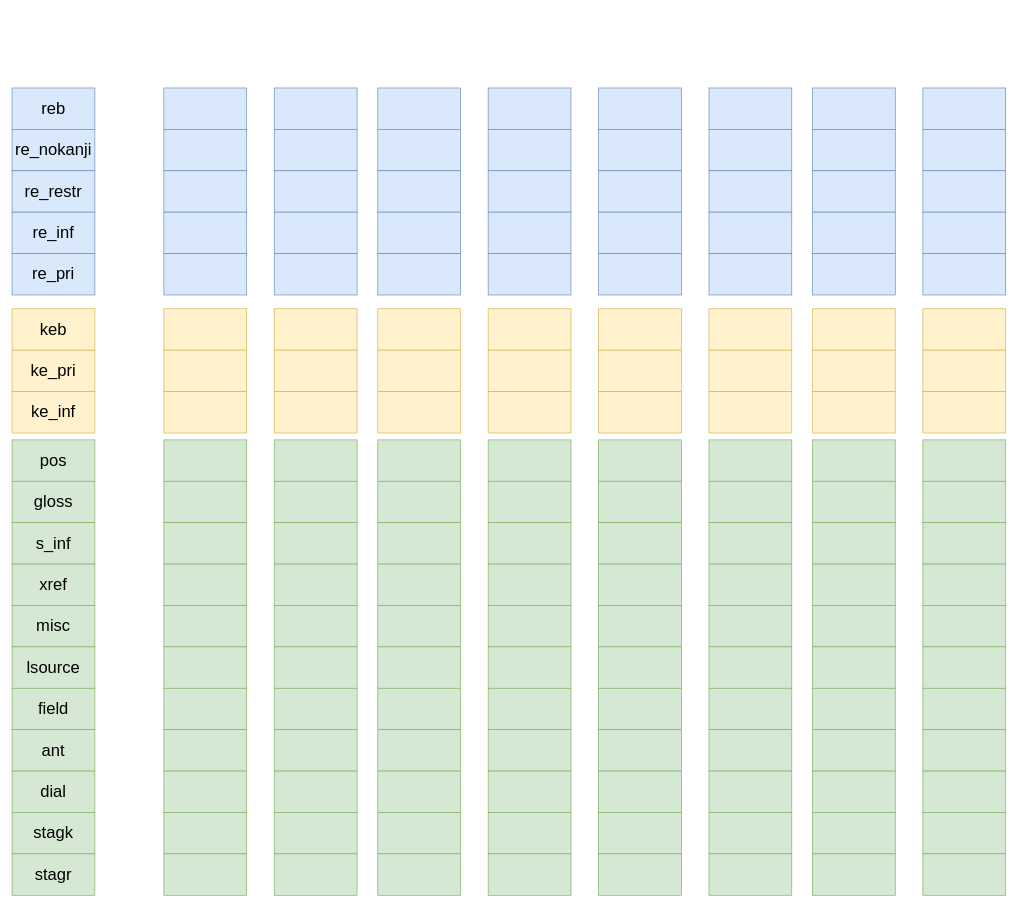
kylebrechin/JapaneseData keeps this draw.io diagram as Data/JMDict/dictionary_list_reader.drawio. Above is the earlier version. Source tidied: cells renumbered, new cells numbered last; positions are measured from the earlier drawing's top-left corner, leaving out a move shared by most shapes. Both pictures are drawn from the tidied source at 69%, with x=0, y=0 at pixel (12, 88).
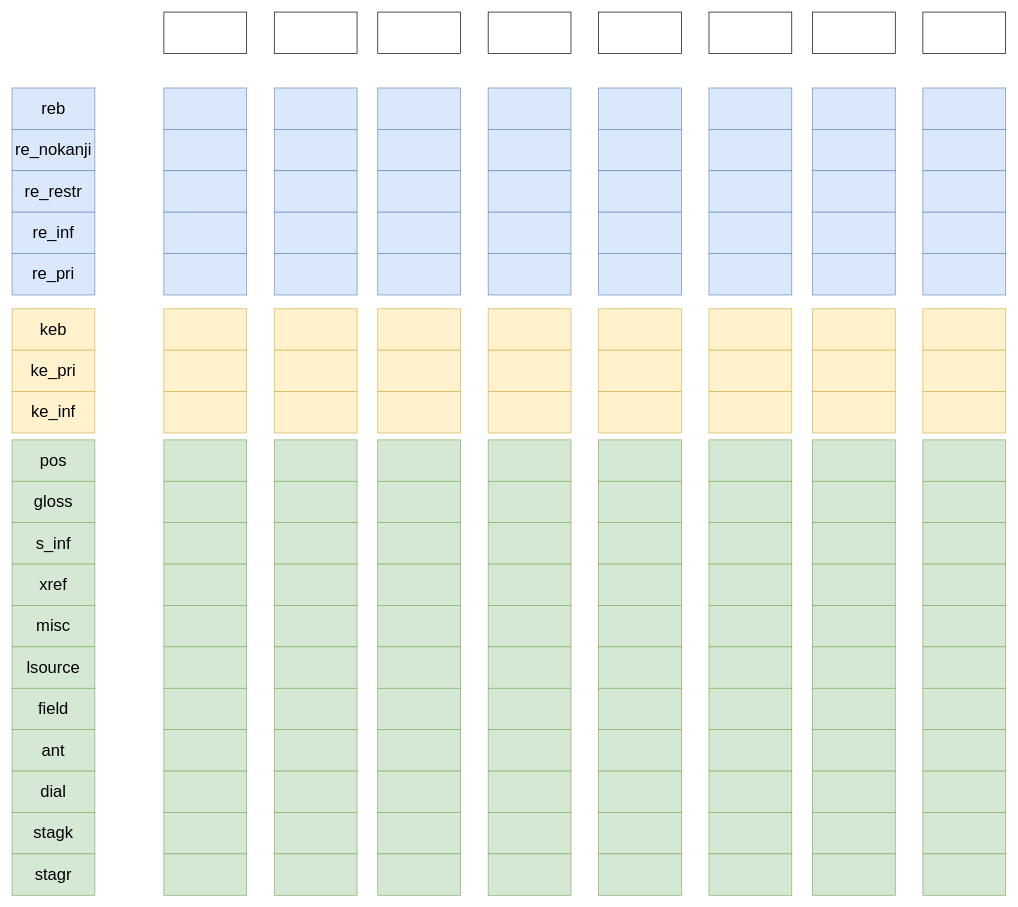
After the change.

Diff of the diagram source:
```diff
@@
+    <mxCell id="173" style="rounded=0;whiteSpace=wrap;html=1;" parent="1" vertex="1">
+      <mxGeometry x="220" y="-110" width="120" height="60" as="geometry" />
+    </mxCell>
+    <mxCell id="174" style="rounded=0;whiteSpace=wrap;html=1;" parent="1" vertex="1">
+      <mxGeometry x="380" y="-110" width="120" height="60" as="geometry" />
+    </mxCell>
+    <mxCell id="175" style="rounded=0;whiteSpace=wrap;html=1;" parent="1" vertex="1">
+      <mxGeometry x="530" y="-110" width="120" height="60" as="geometry" />
+    </mxCell>
+    <mxCell id="176" style="rounded=0;whiteSpace=wrap;html=1;" parent="1" vertex="1">
+      <mxGeometry x="690" y="-110" width="120" height="60" as="geometry" />
+    </mxCell>
+    <mxCell id="177" style="rounded=0;whiteSpace=wrap;html=1;" parent="1" vertex="1">
+      <mxGeometry x="850" y="-110" width="120" height="60" as="geometry" />
+    </mxCell>
+    <mxCell id="178" style="rounded=0;whiteSpace=wrap;html=1;" parent="1" vertex="1">
+      <mxGeometry x="1010" y="-110" width="120" height="60" as="geometry" />
+    </mxCell>
+    <mxCell id="179" style="rounded=0;whiteSpace=wrap;html=1;" parent="1" vertex="1">
+      <mxGeometry x="1160" y="-110" width="120" height="60" as="geometry" />
+    </mxCell>
+    <mxCell id="180" style="rounded=0;whiteSpace=wrap;html=1;" parent="1" vertex="1">
+      <mxGeometry x="1320" y="-110" width="120" height="60" as="geometry" />
+    </mxCell>
```
